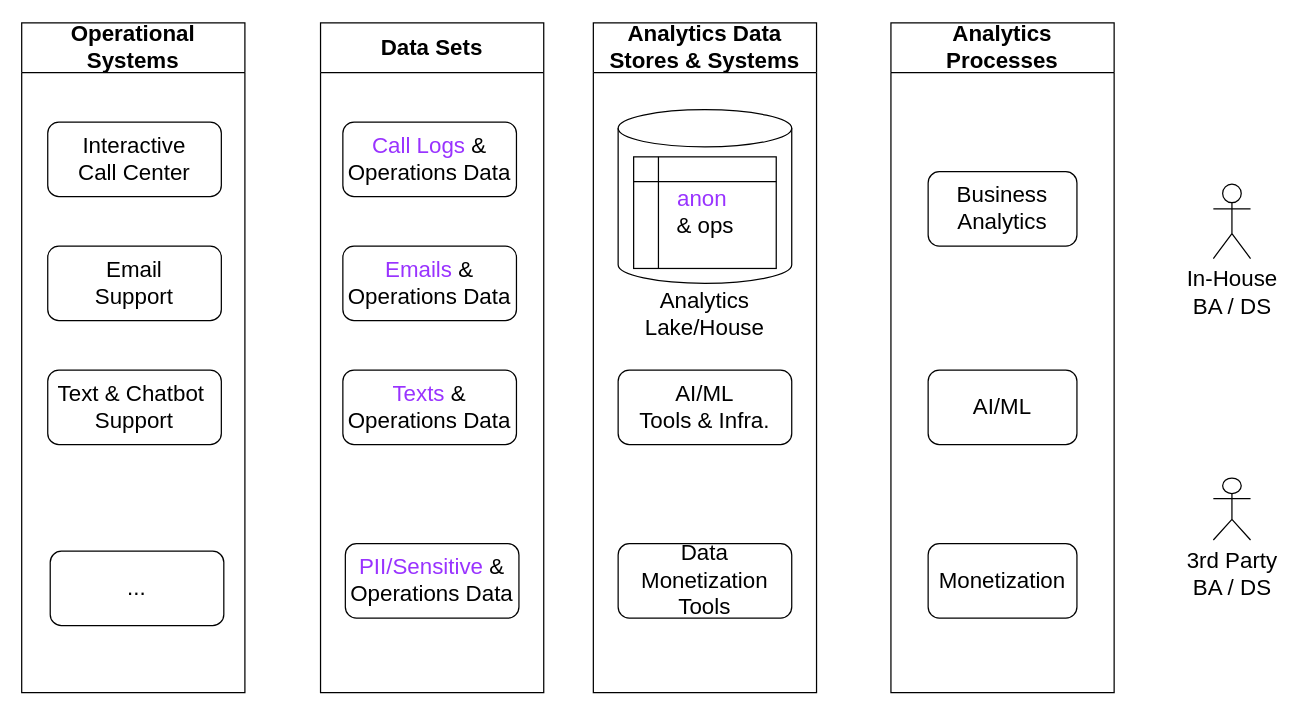
fotoby/ab3 keeps this draw.io diagram as page "Future State" (4 of 12) of AB2 - early draft.drawio. Above is the earlier version. Source tidied: cells renumbered, new cells numbered last; positions are measured from the earlier drawing's top-left corner, leaving out a move shared by most shapes. Both pictures are drawn from the tidied source at 124%, with x=0, y=0 at pixel (21, 22).
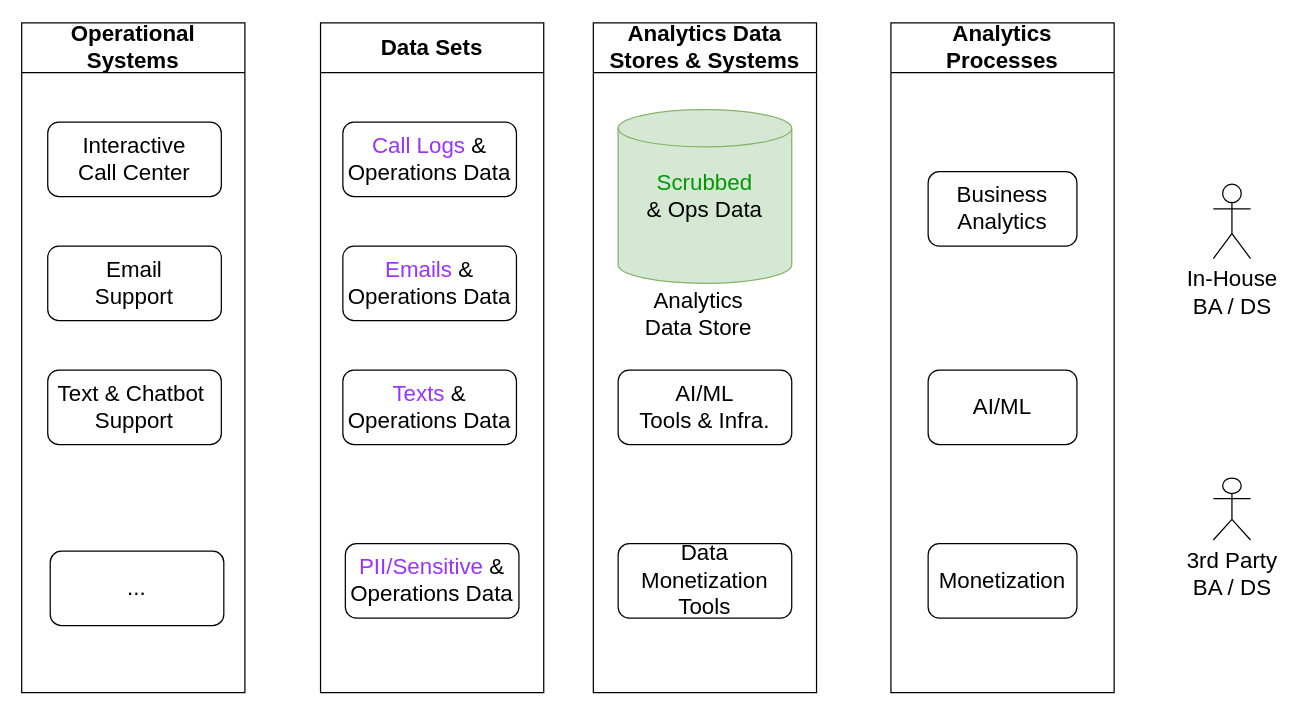
The same diagram, later.

The change refers to these unchanged cells:
```xml
<mxCell id="7" value="Analytics Data Stores &amp;amp; Systems" style="swimlane;whiteSpace=wrap;html=1;shadow=0;strokeColor=default;fontSize=18;startSize=40;" parent="1" vertex="1">
  <mxGeometry x="461" width="180" height="540" as="geometry" />
</mxCell>
```

Change to the diagram source:
```diff
@@
-    <mxCell id="8" style="shape=cylinder3;whiteSpace=wrap;html=1;boundedLbl=1;backgroundOutline=1;size=15;shadow=0;strokeColor=default;fontSize=18;fontColor=#9933FF;" parent="7" vertex="1">
+    <mxCell id="8" style="shape=cylinder3;whiteSpace=wrap;html=1;boundedLbl=1;backgroundOutline=1;size=15;shadow=0;fontSize=18;fillColor=#d5e8d4;strokeColor=#82b366;" parent="7" vertex="1">
       <mxGeometry x="20" y="70" width="140" height="140" as="geometry" />
     </mxCell>
-    <mxCell id="9" value="Analytics&lt;br&gt;Lake/House" style="text;html=1;strokeColor=none;fillColor=none;align=center;verticalAlign=middle;whiteSpace=wrap;rounded=0;shadow=0;labelBorderColor=none;fontSize=18;fontColor=#000000;" parent="7" vertex="1">
-      <mxGeometry x="60" y="220" width="60" height="30" as="geometry" />
+    <mxCell id="9" value="Analytics&lt;br&gt;Data Store" style="text;html=1;strokeColor=none;fillColor=none;align=center;verticalAlign=middle;whiteSpace=wrap;rounded=0;shadow=0;labelBorderColor=none;fontSize=18;fontColor=#000000;" parent="7" vertex="1">
+      <mxGeometry x="20" y="220" width="130" height="30" as="geometry" />
     </mxCell>
-    <mxCell id="10" value="&lt;font color=&quot;#9933ff&quot;&gt;&lt;span style=&quot;caret-color: rgb(153, 51, 255);&quot;&gt;anon&amp;nbsp;&lt;br&gt;&lt;/span&gt;&lt;/font&gt;&amp;amp; ops" style="shape=internalStorage;whiteSpace=wrap;html=1;backgroundOutline=1;shadow=0;labelBorderColor=none;strokeColor=default;fontSize=18;fontColor=#000000;" parent="7" vertex="1">
-      <mxGeometry x="32.5" y="108" width="115" height="90" as="geometry" />
-    </mxCell>
@@
+    <mxCell id="24" value="&lt;font color=&quot;#009900&quot;&gt;Scrubbed&lt;/font&gt;&lt;br&gt;&amp;amp; Ops Data" style="text;html=1;strokeColor=none;fillColor=none;align=center;verticalAlign=middle;whiteSpace=wrap;rounded=0;shadow=0;labelBorderColor=none;fontSize=18;fontColor=#000000;" parent="7" vertex="1">
+      <mxGeometry x="20" y="125" width="140" height="30" as="geometry" />
+    </mxCell>
```
